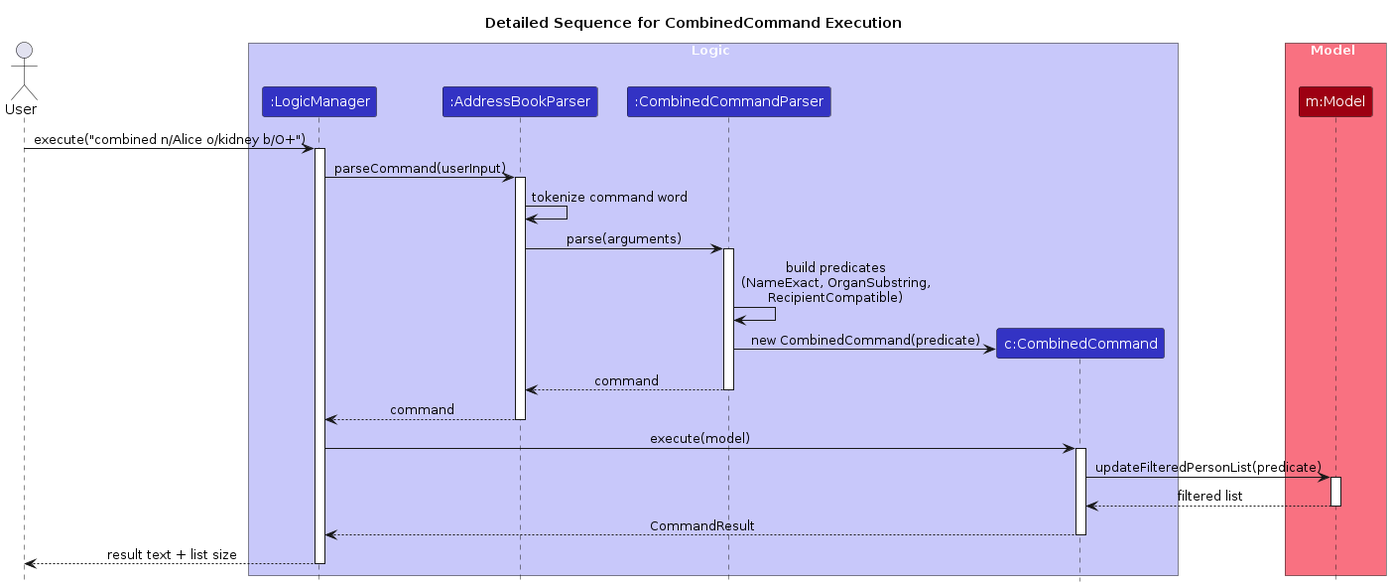
Earlier version of the PlantUML export diagrams/CombinedCommandSequenceDiagram.png (AY2526S1-CS2103T-T17-3/tp). Its source is kept beside it as diagrams/CombinedCommandSequenceDiagram.puml. Source of this version:
```plantuml
@startuml
!include style.puml
skinparam ArrowFontStyle plain
title Detailed Sequence for CombinedCommand Execution

actor User

box Logic LOGIC_COLOR_T1
participant ":LogicManager" as Logic LOGIC_COLOR
participant ":AddressBookParser" as ABP LOGIC_COLOR
participant ":CombinedCommandParser" as CCP LOGIC_COLOR
participant "c:CombinedCommand" as CC LOGIC_COLOR
end box

box Model MODEL_COLOR_T1
participant "m:Model" as Model MODEL_COLOR
end box

User -> Logic : execute("combined n/Alice o/kidney b/O+")
activate Logic

Logic -> ABP : parseCommand(userInput)
activate ABP

ABP -> ABP : tokenize command word

ABP -> CCP : parse(arguments)
activate CCP

CCP -> CCP : build predicates\n(NameExact, OrganSubstring,\nRecipientCompatible)

create CC
CCP -> CC : new CombinedCommand(predicate)

CCP --> ABP : command
deactivate CCP

ABP --> Logic : command
deactivate ABP

Logic -> CC : execute(model)
activate CC

CC -> Model : updateFilteredPersonList(predicate)
activate Model

Model --> CC : filtered list
deactivate Model

CC --> Logic : CommandResult
deactivate CC

Logic --> User : result text + list size
deactivate Logic

@enduml
```
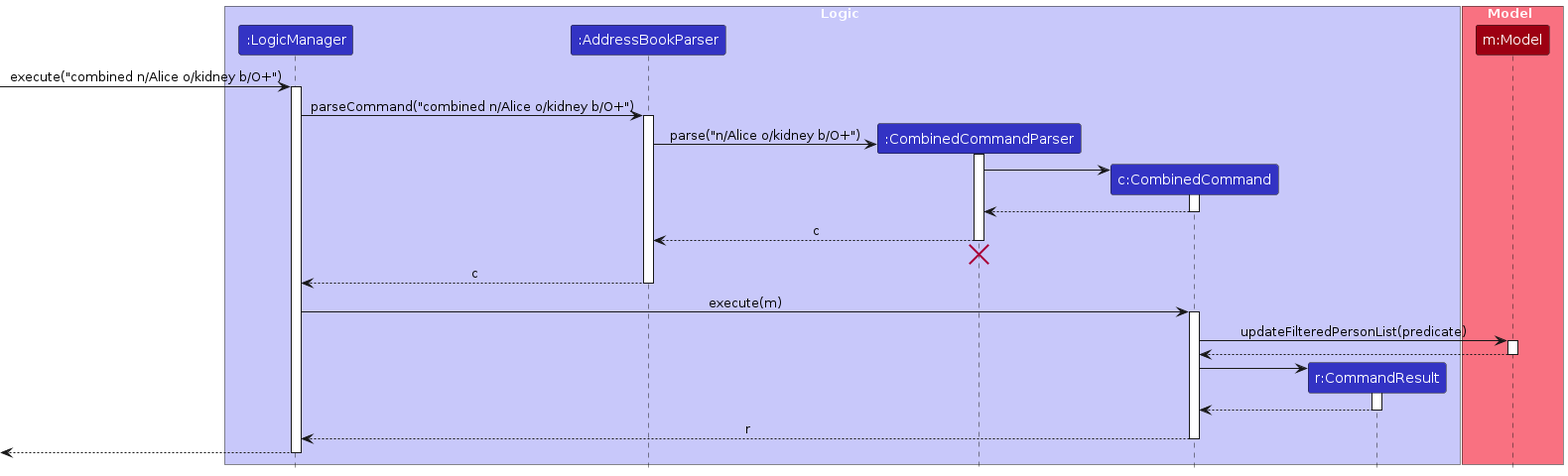
Later version of the same file.

Diff of the diagram source:
```diff
@@ -1,56 +1,64 @@
 @startuml
 !include style.puml
 skinparam ArrowFontStyle plain
-title Detailed Sequence for CombinedCommand Execution
-
-actor User
 
 box Logic LOGIC_COLOR_T1
-participant ":LogicManager" as Logic LOGIC_COLOR
-participant ":AddressBookParser" as ABP LOGIC_COLOR
-participant ":CombinedCommandParser" as CCP LOGIC_COLOR
-participant "c:CombinedCommand" as CC LOGIC_COLOR
+participant ":LogicManager" as LogicManager LOGIC_COLOR
+participant ":AddressBookParser" as AddressBookParser LOGIC_COLOR
+participant ":CombinedCommandParser" as CombinedCommandParser LOGIC_COLOR
+participant "c:CombinedCommand" as CombinedCommand LOGIC_COLOR
+participant "r:CommandResult" as CommandResult LOGIC_COLOR
 end box
 
 box Model MODEL_COLOR_T1
 participant "m:Model" as Model MODEL_COLOR
 end box
 
-User -> Logic : execute("combined n/Alice o/kidney b/O+")
-activate Logic
+[-> LogicManager : execute("combined n/Alice o/kidney b/O+")
+activate LogicManager
 
-Logic -> ABP : parseCommand(userInput)
-activate ABP
+LogicManager -> AddressBookParser : parseCommand("combined n/Alice o/kidney b/O+")
+activate AddressBookParser
 
-ABP -> ABP : tokenize command word
+create CombinedCommandParser
+AddressBookParser -> CombinedCommandParser : parse("n/Alice o/kidney b/O+")
+activate CombinedCommandParser
 
-ABP -> CCP : parse(arguments)
-activate CCP
+create CombinedCommand
+CombinedCommandParser -> CombinedCommand
+activate CombinedCommand
 
-CCP -> CCP : build predicates\n(NameExact, OrganSubstring,\nRecipientCompatible)
+CombinedCommand --> CombinedCommandParser
+deactivate CombinedCommand
 
-create CC
-CCP -> CC : new CombinedCommand(predicate)
+CombinedCommandParser --> AddressBookParser : c
+deactivate CombinedCommandParser
 
-CCP --> ABP : command
-deactivate CCP
+CombinedCommandParser -[hidden]-> AddressBookParser
+destroy CombinedCommandParser
 
-ABP --> Logic : command
-deactivate ABP
+AddressBookParser --> LogicManager : c
+deactivate AddressBookParser
 
-Logic -> CC : execute(model)
-activate CC
+LogicManager -> CombinedCommand : execute(m)
+activate CombinedCommand
 
-CC -> Model : updateFilteredPersonList(predicate)
+CombinedCommand -> Model : updateFilteredPersonList(predicate)
 activate Model
 
-Model --> CC : filtered list
+Model --> CombinedCommand
 deactivate Model
 
-CC --> Logic : CommandResult
-deactivate CC
+create CommandResult
+CombinedCommand -> CommandResult
+activate CommandResult
 
-Logic --> User : result text + list size
-deactivate Logic
+CommandResult --> CombinedCommand
+deactivate CommandResult
 
+CombinedCommand --> LogicManager : r
+deactivate CombinedCommand
+
+[<--LogicManager
+deactivate LogicManager
 @enduml
```
